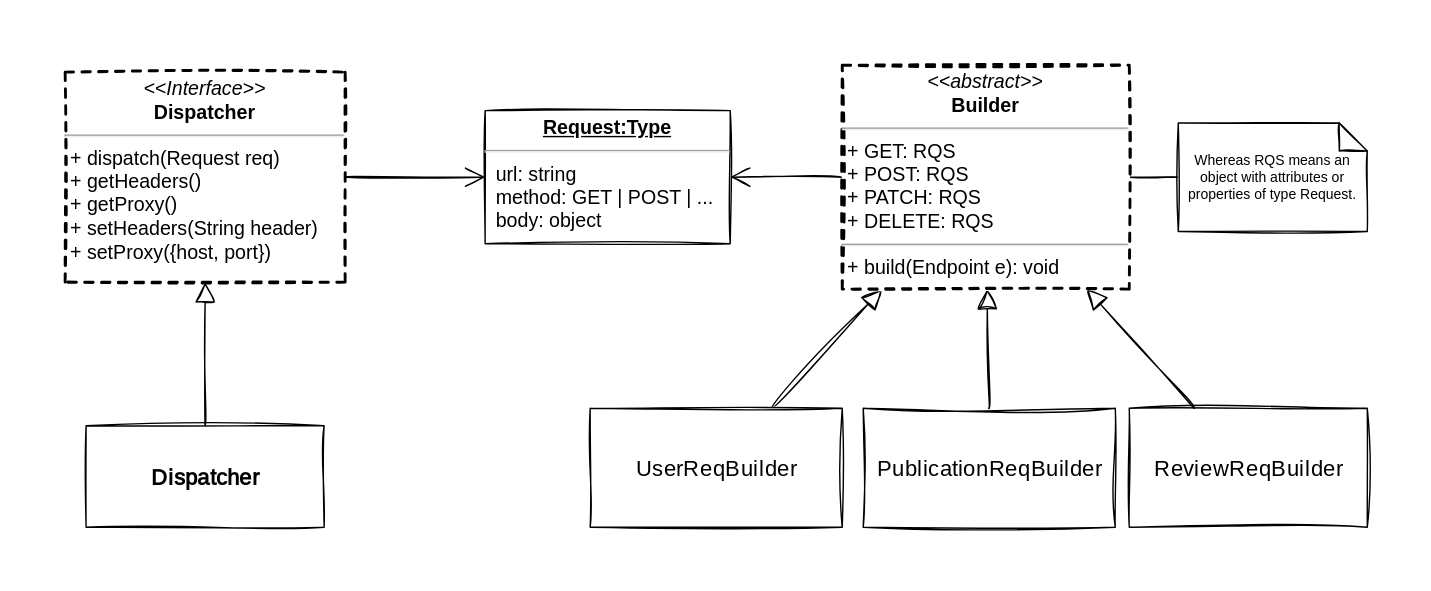
Earlier version of the draw.io export frontend/docs/diagrams/RequestDispatcher-ClassDiagram.svg (Mahmoud-Ehab/global-store). Source tidied: cells renumbered, new cells last; positions are measured from the earlier drawing's top-left corner, leaving out a move shared by most shapes.
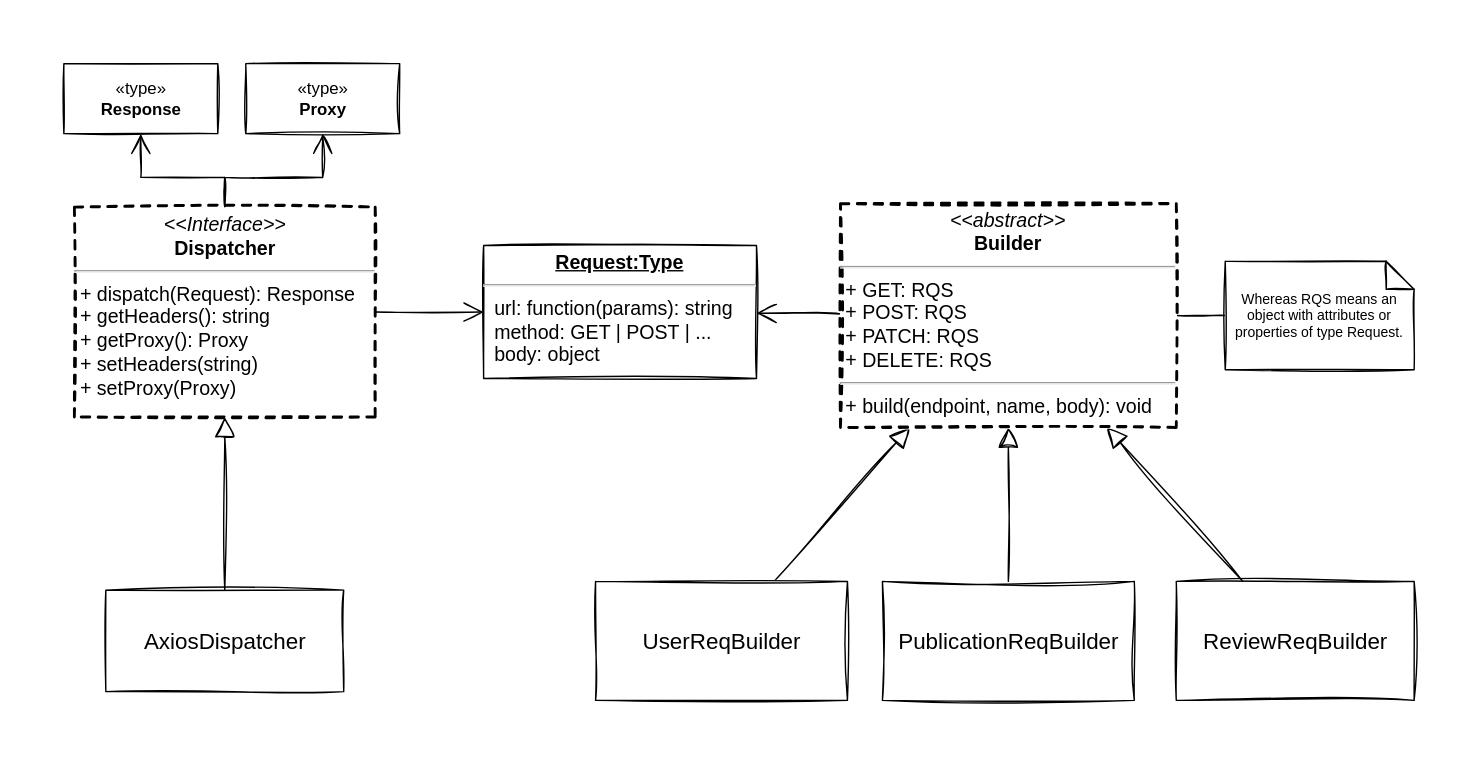
The same file after the commit.

Commit message:
RequestDispatcher section has been modified in the frontend-docs

Change to the diagram source:
```diff
@@ -1,51 +1,63 @@
-<mxGraphModel>
+<mxGraphModel background="#ffffff">
   <root>
     <mxCell id="0" />
     <mxCell id="1" parent="0" />
-    <mxCell id="2" style="edgeStyle=orthogonalEdgeStyle;rounded=0;jettySize=auto;html=1;sketch=1;endSize=12;endArrow=open;endFill=0;fontSize=14;curved=1;" parent="1" edge="1" source="3" target="4">
+    <mxCell id="2" style="edgeStyle=orthogonalEdgeStyle;rounded=0;jettySize=auto;html=1;endSize=12;endArrow=open;endFill=0;fontSize=14;sketch=1;" parent="1" edge="1" source="3" target="4">
       <mxGeometry relative="1" as="geometry" />
     </mxCell>
+    <mxCell id="17" style="edgeStyle=orthogonalEdgeStyle;rounded=0;jettySize=auto;html=1;endArrow=open;endFill=0;endSize=12;sketch=1;" parent="1" edge="1" source="3" target="19">
+      <mxGeometry relative="1" as="geometry" />
+    </mxCell>
+    <mxCell id="18" style="edgeStyle=orthogonalEdgeStyle;rounded=0;jettySize=auto;html=1;endArrow=open;endFill=0;endSize=12;sketch=1;" parent="1" edge="1" source="3" target="20">
+      <mxGeometry relative="1" as="geometry" />
+    </mxCell>
-    <mxCell id="3" value="&lt;p style=&quot;margin: 4px 0px 0px; text-align: center; font-size: 14px;&quot;&gt;&lt;i style=&quot;font-size: 14px;&quot;&gt;&amp;lt;&amp;lt;Interface&amp;gt;&amp;gt;&lt;/i&gt;&lt;br style=&quot;font-size: 14px;&quot;&gt;&lt;b style=&quot;font-size: 14px;&quot;&gt;Dispatcher&lt;/b&gt;&lt;/p&gt;&lt;hr style=&quot;font-size: 14px;&quot;&gt;&lt;p style=&quot;margin: 0px 0px 0px 4px; font-size: 14px;&quot;&gt;+ dispatch(Request req)&lt;/p&gt;&lt;p style=&quot;margin: 0px 0px 0px 4px; font-size: 14px;&quot;&gt;+ getHeaders()&lt;/p&gt;&lt;p style=&quot;margin: 0px 0px 0px 4px; font-size: 14px;&quot;&gt;+ getProxy()&lt;/p&gt;&lt;p style=&quot;margin: 0px 0px 0px 4px; font-size: 14px;&quot;&gt;+ setHeaders(String header)&lt;/p&gt;&lt;p style=&quot;margin: 0px 0px 0px 4px; font-size: 14px;&quot;&gt;+ setProxy({host, port})&lt;/p&gt;" style="verticalAlign=top;align=left;overflow=fill;fontSize=14;fontFamily=Helvetica;html=1;rounded=0;sketch=1;dashed=1;strokeWidth=2;" parent="1" vertex="1">
-      <mxGeometry y="5" width="200" height="150" as="geometry" />
+    <mxCell id="3" value="&lt;p style=&quot;margin: 4px 0px 0px; text-align: center; font-size: 14px;&quot;&gt;&lt;i style=&quot;font-size: 14px;&quot;&gt;&amp;lt;&amp;lt;Interface&amp;gt;&amp;gt;&lt;/i&gt;&lt;br style=&quot;font-size: 14px;&quot;&gt;&lt;b style=&quot;font-size: 14px;&quot;&gt;Dispatcher&lt;/b&gt;&lt;/p&gt;&lt;hr style=&quot;font-size: 14px;&quot;&gt;&lt;p style=&quot;margin: 0px 0px 0px 4px; font-size: 14px;&quot;&gt;+ dispatch(Request): Response&lt;/p&gt;&lt;p style=&quot;margin: 0px 0px 0px 4px; font-size: 14px;&quot;&gt;+ getHeaders(): string&lt;/p&gt;&lt;p style=&quot;margin: 0px 0px 0px 4px; font-size: 14px;&quot;&gt;+ getProxy(): Proxy&lt;/p&gt;&lt;p style=&quot;margin: 0px 0px 0px 4px; font-size: 14px;&quot;&gt;+ setHeaders(string)&lt;/p&gt;&lt;p style=&quot;margin: 0px 0px 0px 4px; font-size: 14px;&quot;&gt;+ setProxy(Proxy)&lt;/p&gt;" style="verticalAlign=top;align=left;overflow=fill;fontSize=14;fontFamily=Helvetica;html=1;rounded=0;dashed=1;strokeWidth=2;sketch=1;" parent="1" vertex="1">
+      <mxGeometry x="-7.5" y="-22.5" width="215" height="150" as="geometry" />
     </mxCell>
-    <mxCell id="4" value="&lt;p style=&quot;margin: 4px 0px 0px; text-align: center; text-decoration: underline; font-size: 14px;&quot;&gt;&lt;b style=&quot;font-size: 14px;&quot;&gt;Request:Type&lt;/b&gt;&lt;/p&gt;&lt;hr style=&quot;font-size: 14px;&quot;&gt;&lt;p style=&quot;margin: 0px 0px 0px 8px; font-size: 14px;&quot;&gt;url: string&lt;/p&gt;&lt;p style=&quot;margin: 0px 0px 0px 8px; font-size: 14px;&quot;&gt;method: GET | POST | ...&lt;/p&gt;&lt;p style=&quot;margin: 0px 0px 0px 8px; font-size: 14px;&quot;&gt;body: object&lt;/p&gt;" style="verticalAlign=top;align=left;overflow=fill;fontSize=14;fontFamily=Helvetica;html=1;rounded=0;sketch=1;" parent="1" vertex="1">
-      <mxGeometry x="300" y="32.5" width="175" height="95" as="geometry" />
+    <mxCell id="4" value="&lt;p style=&quot;margin: 4px 0px 0px; text-align: center; text-decoration: underline; font-size: 14px;&quot;&gt;&lt;b style=&quot;font-size: 14px;&quot;&gt;Request:Type&lt;/b&gt;&lt;/p&gt;&lt;hr style=&quot;font-size: 14px;&quot;&gt;&lt;p style=&quot;margin: 0px 0px 0px 8px; font-size: 14px;&quot;&gt;url: function(params): string&lt;/p&gt;&lt;p style=&quot;margin: 0px 0px 0px 8px; font-size: 14px;&quot;&gt;method: GET | POST | ...&lt;/p&gt;&lt;p style=&quot;margin: 0px 0px 0px 8px; font-size: 14px;&quot;&gt;body: object&lt;/p&gt;" style="verticalAlign=top;align=left;overflow=fill;fontSize=14;fontFamily=Helvetica;html=1;rounded=0;sketch=1;" parent="1" vertex="1">
+      <mxGeometry x="285" y="5" width="195" height="95" as="geometry" />
     </mxCell>
-    <mxCell id="5" style="rounded=0;jettySize=auto;html=1;endArrow=open;endFill=0;sketch=1;endSize=12;fontSize=14;" parent="1" edge="1" source="16" target="4">
+    <mxCell id="5" style="rounded=0;jettySize=auto;html=1;endArrow=open;endFill=0;endSize=12;fontSize=14;sketch=1;" parent="1" edge="1" source="16" target="4">
       <mxGeometry relative="1" as="geometry" />
     </mxCell>
-    <mxCell id="6" style="rounded=0;jettySize=auto;html=1;endArrow=none;endFill=0;sketch=1;fontSize=14;" parent="1" edge="1" source="7" target="16">
+    <mxCell id="6" style="rounded=0;jettySize=auto;html=1;endArrow=none;endFill=0;fontSize=14;sketch=1;" parent="1" edge="1" source="7" target="16">
       <mxGeometry relative="1" as="geometry" />
     </mxCell>
-    <mxCell id="7" value="Whereas RQS means an object with attributes or properties of type Request." style="shape=note;size=20;whiteSpace=wrap;html=1;rounded=0;sketch=1;fontSize=10;" parent="1" vertex="1">
-      <mxGeometry x="795" y="41.2" width="135" height="77.5" as="geometry" />
+    <mxCell id="7" value="Whereas RQS means an object with attributes or properties of type Request." style="shape=note;size=20;whiteSpace=wrap;html=1;rounded=0;fontSize=10;sketch=1;" parent="1" vertex="1">
+      <mxGeometry x="815" y="16.2" width="135" height="77.5" as="geometry" />
     </mxCell>
-    <mxCell id="8" style="rounded=0;sketch=1;hachureGap=4;jiggle=2;jettySize=auto;html=1;fontFamily=Architects Daughter;fontSource=https%3A%2F%2Ffonts.googleapis.com%2Fcss%3Ffamily%3DArchitects%2BDaughter;fontSize=16;endArrow=block;endFill=0;endSize=12;curved=1;" parent="1" edge="1" source="9" target="16">
+    <mxCell id="8" style="rounded=0;hachureGap=4;jiggle=2;jettySize=auto;html=1;fontFamily=Architects Daughter;fontSource=https%3A%2F%2Ffonts.googleapis.com%2Fcss%3Ffamily%3DArchitects%2BDaughter;fontSize=16;endArrow=block;endFill=0;endSize=12;sketch=1;" parent="1" edge="1" source="9" target="16">
       <mxGeometry relative="1" as="geometry" />
     </mxCell>
-    <mxCell id="9" value="&lt;font style=&quot;font-size: 16px;&quot;&gt;UserReqBuilder&lt;/font&gt;" style="html=1;sketch=1;hachureGap=4;jiggle=2;fontFamily=Architects Daughter;fontSource=https%3A%2F%2Ffonts.googleapis.com%2Fcss%3Ffamily%3DArchitects%2BDaughter;fontSize=14;" parent="1" vertex="1">
-      <mxGeometry x="375" y="245" width="180" height="85" as="geometry" />
+    <mxCell id="9" value="&lt;font face=&quot;Helvetica&quot; style=&quot;font-size: 16px;&quot;&gt;UserReqBuilder&lt;/font&gt;" style="html=1;hachureGap=4;jiggle=2;fontFamily=Architects Daughter;fontSource=https%3A%2F%2Ffonts.googleapis.com%2Fcss%3Ffamily%3DArchitects%2BDaughter;fontSize=14;rounded=0;sketch=1;" parent="1" vertex="1">
+      <mxGeometry x="365" y="245" width="180" height="85" as="geometry" />
     </mxCell>
-    <mxCell id="10" style="edgeStyle=none;rounded=0;sketch=1;hachureGap=4;jiggle=2;jettySize=auto;html=1;fontFamily=Architects Daughter;fontSource=https%3A%2F%2Ffonts.googleapis.com%2Fcss%3Ffamily%3DArchitects%2BDaughter;fontSize=16;endArrow=block;endFill=0;endSize=12;curved=1;" parent="1" edge="1" source="11" target="16">
+    <mxCell id="10" style="edgeStyle=none;rounded=0;hachureGap=4;jiggle=2;jettySize=auto;html=1;fontFamily=Architects Daughter;fontSource=https%3A%2F%2Ffonts.googleapis.com%2Fcss%3Ffamily%3DArchitects%2BDaughter;fontSize=16;endArrow=block;endFill=0;endSize=12;sketch=1;" parent="1" edge="1" source="11" target="16">
       <mxGeometry relative="1" as="geometry" />
     </mxCell>
-    <mxCell id="11" value="&lt;font style=&quot;font-size: 16px;&quot;&gt;PublicationReqBuilder&lt;/font&gt;" style="html=1;sketch=1;hachureGap=4;jiggle=2;fontFamily=Architects Daughter;fontSource=https%3A%2F%2Ffonts.googleapis.com%2Fcss%3Ffamily%3DArchitects%2BDaughter;fontSize=14;" parent="1" vertex="1">
+    <mxCell id="11" value="&lt;font face=&quot;Helvetica&quot; style=&quot;font-size: 16px;&quot;&gt;PublicationReqBuilder&lt;/font&gt;" style="html=1;hachureGap=4;jiggle=2;fontFamily=Architects Daughter;fontSource=https%3A%2F%2Ffonts.googleapis.com%2Fcss%3Ffamily%3DArchitects%2BDaughter;fontSize=14;rounded=0;sketch=1;" parent="1" vertex="1">
       <mxGeometry x="570" y="245" width="180" height="85" as="geometry" />
     </mxCell>
-    <mxCell id="12" style="edgeStyle=none;rounded=0;sketch=1;hachureGap=4;jiggle=2;jettySize=auto;html=1;fontFamily=Architects Daughter;fontSource=https%3A%2F%2Ffonts.googleapis.com%2Fcss%3Ffamily%3DArchitects%2BDaughter;fontSize=16;endArrow=block;endFill=0;endSize=12;curved=1;" parent="1" edge="1" source="13" target="16">
+    <mxCell id="12" style="edgeStyle=none;rounded=0;hachureGap=4;jiggle=2;jettySize=auto;html=1;fontFamily=Architects Daughter;fontSource=https%3A%2F%2Ffonts.googleapis.com%2Fcss%3Ffamily%3DArchitects%2BDaughter;fontSize=16;endArrow=block;endFill=0;endSize=12;sketch=1;" parent="1" edge="1" source="13" target="16">
       <mxGeometry relative="1" as="geometry" />
     </mxCell>
-    <mxCell id="13" value="&lt;font style=&quot;font-size: 16px;&quot;&gt;ReviewReqBuilder&lt;/font&gt;" style="html=1;sketch=1;hachureGap=4;jiggle=2;fontFamily=Architects Daughter;fontSource=https%3A%2F%2Ffonts.googleapis.com%2Fcss%3Ffamily%3DArchitects%2BDaughter;fontSize=14;" parent="1" vertex="1">
-      <mxGeometry x="760" y="245" width="170" height="85" as="geometry" />
+    <mxCell id="13" value="&lt;font face=&quot;Helvetica&quot; style=&quot;font-size: 16px;&quot;&gt;ReviewReqBuilder&lt;/font&gt;" style="html=1;hachureGap=4;jiggle=2;fontFamily=Architects Daughter;fontSource=https%3A%2F%2Ffonts.googleapis.com%2Fcss%3Ffamily%3DArchitects%2BDaughter;fontSize=14;rounded=0;sketch=1;" parent="1" vertex="1">
+      <mxGeometry x="780" y="245" width="170" height="85" as="geometry" />
     </mxCell>
-    <mxCell id="14" style="edgeStyle=none;rounded=0;sketch=1;hachureGap=4;jiggle=2;jettySize=auto;html=1;fontFamily=Architects Daughter;fontSource=https%3A%2F%2Ffonts.googleapis.com%2Fcss%3Ffamily%3DArchitects%2BDaughter;fontSize=16;endArrow=block;endFill=0;endSize=12;curved=1;" parent="1" edge="1" source="15" target="3">
+    <mxCell id="14" style="edgeStyle=none;rounded=0;hachureGap=4;jiggle=2;jettySize=auto;html=1;fontFamily=Architects Daughter;fontSource=https%3A%2F%2Ffonts.googleapis.com%2Fcss%3Ffamily%3DArchitects%2BDaughter;fontSize=16;endArrow=block;endFill=0;endSize=12;sketch=1;" parent="1" edge="1" source="15" target="3">
       <mxGeometry relative="1" as="geometry" />
     </mxCell>
-    <mxCell id="15" value="&lt;b&gt;Dispatcher&lt;/b&gt;" style="html=1;sketch=1;hachureGap=4;jiggle=2;fontFamily=Architects Daughter;fontSource=https%3A%2F%2Ffonts.googleapis.com%2Fcss%3Ffamily%3DArchitects%2BDaughter;fontSize=16;" parent="1" vertex="1">
-      <mxGeometry x="15" y="257.5" width="170" height="72.5" as="geometry" />
+    <mxCell id="15" value="&lt;font style=&quot;&quot; face=&quot;Helvetica&quot;&gt;AxiosDispatcher&lt;/font&gt;" style="html=1;hachureGap=4;jiggle=2;fontFamily=Architects Daughter;fontSource=https%3A%2F%2Ffonts.googleapis.com%2Fcss%3Ffamily%3DArchitects%2BDaughter;fontSize=16;rounded=0;sketch=1;" parent="1" vertex="1">
+      <mxGeometry x="15" y="251.2" width="170" height="72.5" as="geometry" />
     </mxCell>
-    <mxCell id="16" value="&lt;p style=&quot;margin: 4px 0px 0px; text-align: center; font-size: 14px;&quot;&gt;&lt;i style=&quot;font-size: 14px;&quot;&gt;&amp;lt;&amp;lt;abstract&amp;gt;&amp;gt;&lt;/i&gt;&lt;br style=&quot;font-size: 14px;&quot;&gt;&lt;b style=&quot;font-size: 14px;&quot;&gt;Builder&lt;/b&gt;&lt;/p&gt;&lt;hr style=&quot;font-size: 14px;&quot;&gt;&lt;p style=&quot;margin: 0px 0px 0px 4px; font-size: 14px;&quot;&gt;+ GET: RQS&lt;br style=&quot;font-size: 14px;&quot;&gt;+ POST: RQS&lt;/p&gt;&lt;p style=&quot;margin: 0px 0px 0px 4px; font-size: 14px;&quot;&gt;+ PATCH: RQS&lt;/p&gt;&lt;p style=&quot;margin: 0px 0px 0px 4px; font-size: 14px;&quot;&gt;+ DELETE: RQS&lt;/p&gt;&lt;hr style=&quot;font-size: 14px;&quot;&gt;&lt;p style=&quot;margin: 0px 0px 0px 4px; font-size: 14px;&quot;&gt;+ build(Endpoint e): void&lt;br&gt;&lt;/p&gt;" style="verticalAlign=top;align=left;overflow=fill;fontSize=14;fontFamily=Helvetica;html=1;sketch=1;dashed=1;strokeWidth=2;" parent="1" vertex="1">
-      <mxGeometry x="555" width="205" height="160" as="geometry" />
+    <mxCell id="16" value="&lt;p style=&quot;margin: 4px 0px 0px; text-align: center; font-size: 14px;&quot;&gt;&lt;i style=&quot;font-size: 14px;&quot;&gt;&amp;lt;&amp;lt;abstract&amp;gt;&amp;gt;&lt;/i&gt;&lt;br style=&quot;font-size: 14px;&quot;&gt;&lt;b style=&quot;font-size: 14px;&quot;&gt;Builder&lt;/b&gt;&lt;/p&gt;&lt;hr style=&quot;font-size: 14px;&quot;&gt;&lt;p style=&quot;margin: 0px 0px 0px 4px; font-size: 14px;&quot;&gt;+ GET: RQS&lt;br style=&quot;font-size: 14px;&quot;&gt;+ POST: RQS&lt;/p&gt;&lt;p style=&quot;margin: 0px 0px 0px 4px; font-size: 14px;&quot;&gt;+ PATCH: RQS&lt;/p&gt;&lt;p style=&quot;margin: 0px 0px 0px 4px; font-size: 14px;&quot;&gt;+ DELETE: RQS&lt;/p&gt;&lt;hr style=&quot;font-size: 14px;&quot;&gt;&lt;p style=&quot;margin: 0px 0px 0px 4px; font-size: 14px;&quot;&gt;+ build(endpoint, name, body): void&lt;br&gt;&lt;/p&gt;" style="verticalAlign=top;align=left;overflow=fill;fontSize=14;fontFamily=Helvetica;html=1;dashed=1;strokeWidth=2;rounded=0;sketch=1;" parent="1" vertex="1">
+      <mxGeometry x="540" y="-25" width="240" height="160" as="geometry" />
     </mxCell>
+    <mxCell id="19" value="«type»&lt;br&gt;&lt;b&gt;Proxy&lt;/b&gt;" style="html=1;rounded=0;sketch=1;" parent="1" vertex="1">
+      <mxGeometry x="115" y="-125" width="110" height="50" as="geometry" />
+    </mxCell>
+    <mxCell id="20" value="«type»&lt;br&gt;&lt;b&gt;Response&lt;/b&gt;" style="html=1;rounded=0;sketch=1;" parent="1" vertex="1">
+      <mxGeometry x="-15" y="-125" width="110" height="50" as="geometry" />
+    </mxCell>
   </root>
 </mxGraphModel>
```
